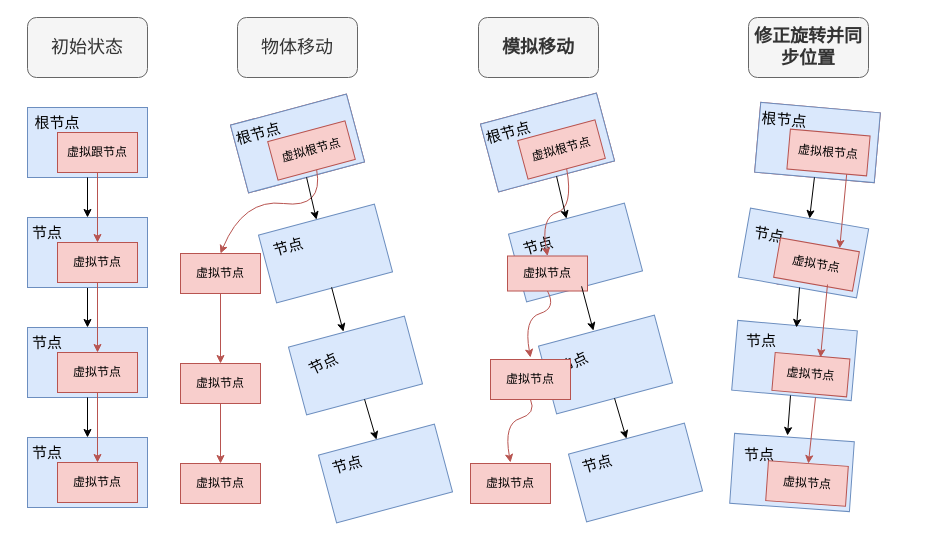
This is dynamic_bone.drawio from SkylarShuang/learnSM, a draw.io file, before an edit. Source tidied: cells renumbered, new cells numbered last; positions are measured from the earlier drawing's top-left corner, leaving out a move shared by most shapes. Both pictures are drawn from the tidied source at 100%, with x=0, y=0 at pixel (17, 17).
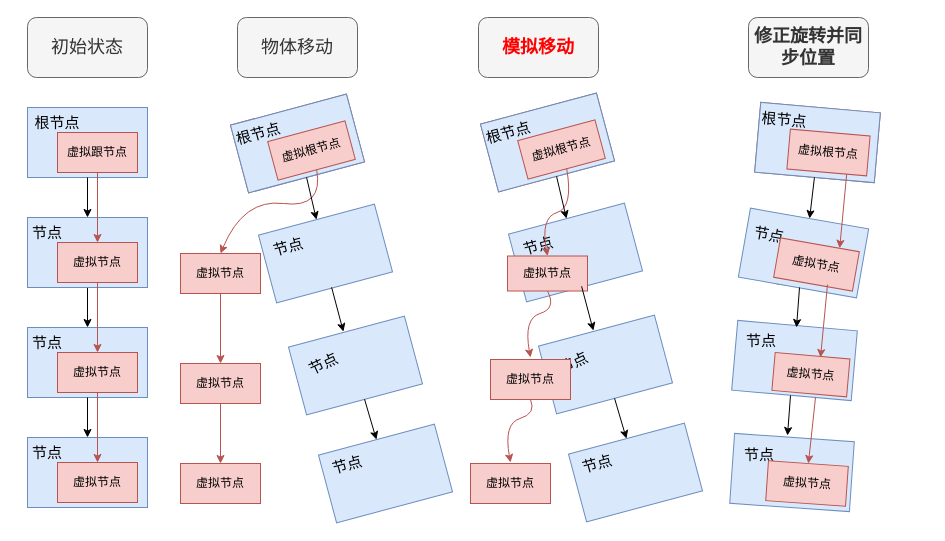
The same page after the edit.

Diff of the diagram source:
```diff
@@
-    <mxCell id="46" value="&lt;span style=&quot;font-size: 18px;&quot;&gt;&lt;b&gt;模拟移动&lt;/b&gt;&lt;/span&gt;" style="rounded=1;whiteSpace=wrap;html=1;fillColor=#f5f5f5;strokeColor=#666666;fontColor=#333333;" parent="1" vertex="1">
+    <mxCell id="46" value="&lt;span style=&quot;font-size: 18px;&quot;&gt;&lt;b&gt;&lt;font color=&quot;#ff0000&quot;&gt;模拟移动&lt;/font&gt;&lt;/b&gt;&lt;/span&gt;" style="rounded=1;whiteSpace=wrap;html=1;fillColor=#f5f5f5;strokeColor=#666666;fontColor=#333333;" parent="1" vertex="1">
       <mxGeometry x="461" width="120" height="60" as="geometry" />
     </mxCell>
```
